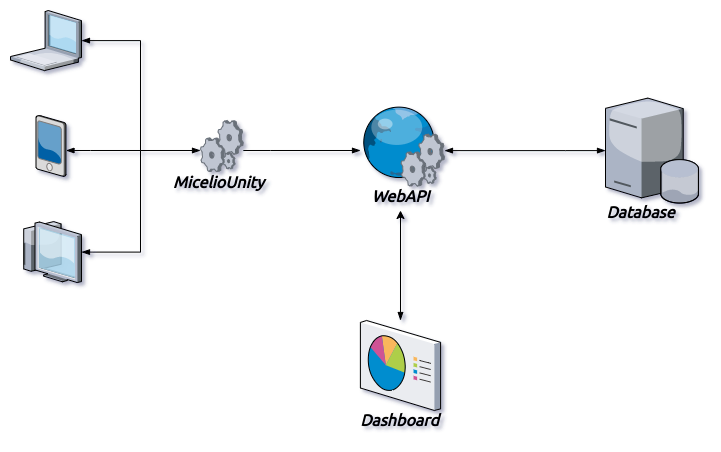
Earlier version of the draw.io export Documentation/Diagramas/conexao-transparente.png (multisens/micelio). Source tidied: cells renumbered, new cells last; positions are measured from the earlier drawing's top-left corner, leaving out a move shared by most shapes.
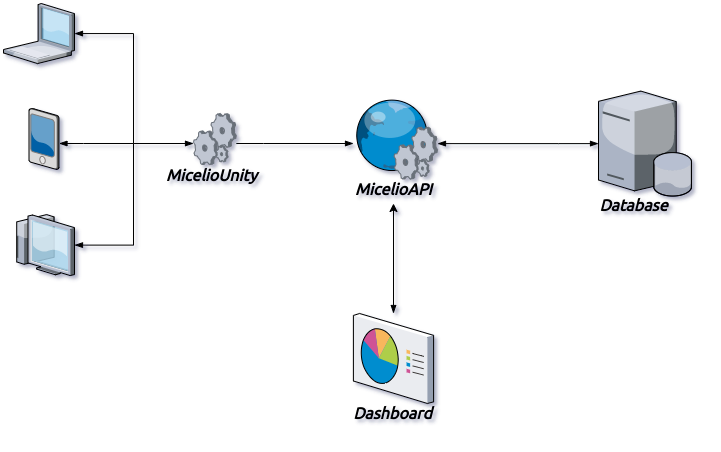
The same file after the commit.

What changed in the source:
```diff
@@ -50,13 +50,13 @@
       </mxGeometry>
     </mxCell>
     <mxCell id="10" style="group;" parent="1" vertex="1">
-      <mxGeometry x="350" y="95.5" width="84" height="100" as="geometry" />
+      <mxGeometry x="350" y="95.5" width="85" height="100" as="geometry" />
     </mxCell>
     <mxCell id="11" style="verticalLabelPosition=bottom;html=1;verticalAlign=top;strokeColor=none;align=center;outlineConnect=0;shape=mxgraph.citrix.web_service;" parent="10" vertex="1">
       <mxGeometry width="84" height="80" as="geometry" />
     </mxCell>
-    <mxCell id="12" value="&lt;font face=&quot;Ubuntu&quot; size=&quot;1&quot;&gt;&lt;b&gt;&lt;i style=&quot;font-size: 16px&quot;&gt;WebAPI&lt;/i&gt;&lt;/b&gt;&lt;/font&gt;" style="text;html=1;align=center;verticalAlign=middle;" parent="10" vertex="1">
-      <mxGeometry x="5" y="80" width="70" height="20" as="geometry" />
+    <mxCell id="12" value="&lt;font face=&quot;Ubuntu&quot; size=&quot;1&quot;&gt;&lt;b&gt;&lt;i style=&quot;font-size: 16px&quot;&gt;MicelioAPI&lt;/i&gt;&lt;/b&gt;&lt;/font&gt;" style="text;html=1;align=center;verticalAlign=middle;" parent="10" vertex="1">
+      <mxGeometry x="-5" y="80" width="90" height="20" as="geometry" />
     </mxCell>
     <mxCell id="13" style="group;" parent="1" vertex="1">
       <mxGeometry x="590" y="87.6" width="98.3" height="124.5" as="geometry" />
```
